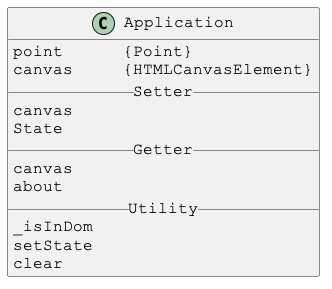
Before: docs/PlantUml/images/Application.png, a diagram exported from PlantUML (Justin-Byrne/canvasLab).
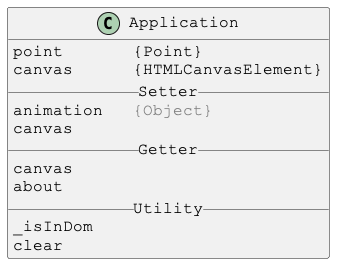
After the change.

What changed in the source:
```diff
@@ -4,17 +4,16 @@
 skinparam DefaultFontName Courier New
 
 class Application {
-point      {Point}
-canvas     {HTMLCanvasElement}
+point       {Point}
+canvas      {HTMLCanvasElement}
 __ Setter __
+animation   <color:gray>{Object}</color>
 canvas
-State
 __ Getter __
 canvas
 about
 __ Utility __
 _isInDom
-setState
 clear
 }
 
```
